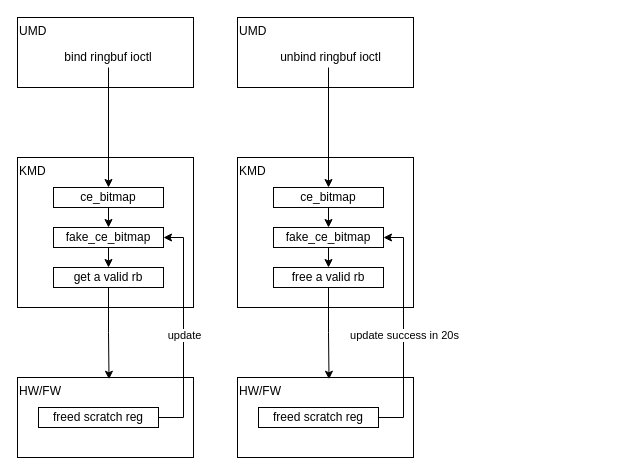
This is FAKE DEQUEUE.drawio from denglin12315/drawio_repo, a draw.io file, before an edit. Source tidied: cells renumbered, new cells numbered last; positions are measured from the earlier drawing's top-left corner, leaving out a move shared by most shapes. Both pictures are drawn from the tidied source at 100%, with x=0, y=0 at pixel (17, 17).
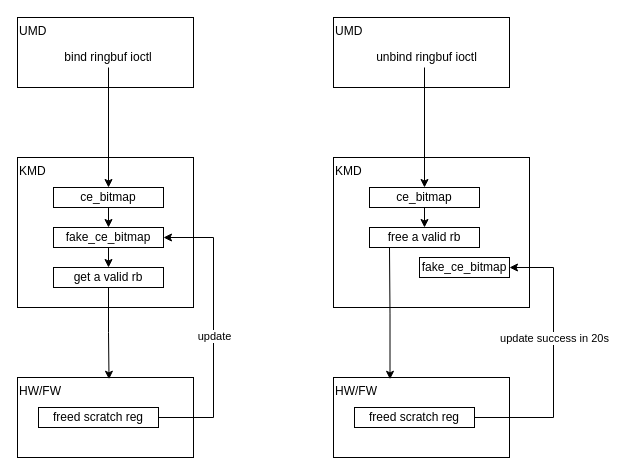
The same page after the edit.

The change refers to these unchanged cells:
```xml
<mxCell id="4" value="fake_ce_bitmap" style="rounded=0;whiteSpace=wrap;html=1;" parent="1" vertex="1">
  <mxGeometry x="36" y="210" width="110" height="20" as="geometry" />
</mxCell>
<mxCell id="14" value="freed scratch reg" style="rounded=0;whiteSpace=wrap;html=1;" parent="1" vertex="1">
  <mxGeometry x="21" y="390" width="120" height="20" as="geometry" />
</mxCell>
```

What changed in the source:
```diff
@@
     <mxCell id="12" style="edgeStyle=orthogonalEdgeStyle;rounded=0;jettySize=auto;html=1;exitX=1;exitY=0.5;exitDx=0;exitDy=0;entryX=1;entryY=0.5;entryDx=0;entryDy=0;" parent="1" edge="1" source="14" target="4">
-      <mxGeometry relative="1" as="geometry" />
+      <mxGeometry relative="1" as="geometry">
+        <Array as="points">
+          <mxPoint x="196" y="400" />
+          <mxPoint x="196" y="220" />
+        </Array>
+      </mxGeometry>
     </mxCell>
@@
     <mxCell id="16" value="KMD" style="rounded=0;whiteSpace=wrap;html=1;verticalAlign=top;align=left;" parent="1" vertex="1">
-      <mxGeometry x="220" y="140" width="176" height="150" as="geometry" />
+      <mxGeometry x="316" y="140" width="196" height="150" as="geometry" />
     </mxCell>
-    <mxCell id="17" style="edgeStyle=orthogonalEdgeStyle;rounded=0;jettySize=auto;html=1;exitX=0.5;exitY=1;exitDx=0;exitDy=0;entryX=0.5;entryY=0;entryDx=0;entryDy=0;" parent="1" edge="1" source="18" target="24">
-      <mxGeometry relative="1" as="geometry" />
-    </mxCell>
-    <mxCell id="18" value="fake_ce_bitmap" style="rounded=0;whiteSpace=wrap;html=1;" parent="1" vertex="1">
-      <mxGeometry x="256" y="210" width="110" height="20" as="geometry" />
-    </mxCell>
-    <mxCell id="19" style="edgeStyle=orthogonalEdgeStyle;rounded=0;jettySize=auto;html=1;exitX=0.5;exitY=1;exitDx=0;exitDy=0;entryX=0.5;entryY=0;entryDx=0;entryDy=0;" parent="1" edge="1" source="20" target="18">
-      <mxGeometry relative="1" as="geometry" />
+    <mxCell id="19" style="edgeStyle=orthogonalEdgeStyle;rounded=0;jettySize=auto;html=1;exitX=0.5;exitY=1;exitDx=0;exitDy=0;entryX=0.5;entryY=0;entryDx=0;entryDy=0;" parent="1" edge="1" source="20">
+      <mxGeometry relative="1" as="geometry">
+        <mxPoint x="407" y="210" as="targetPoint" />
+      </mxGeometry>
     </mxCell>
     <mxCell id="20" value="ce_bitmap" style="rounded=0;whiteSpace=wrap;html=1;" parent="1" vertex="1">
-      <mxGeometry x="256" y="170" width="110" height="20" as="geometry" />
+      <mxGeometry x="352" y="170" width="110" height="20" as="geometry" />
     </mxCell>
     <mxCell id="21" value="UMD" style="rounded=0;whiteSpace=wrap;html=1;verticalAlign=top;align=left;" parent="1" vertex="1">
-      <mxGeometry x="220" width="176" height="70" as="geometry" />
+      <mxGeometry x="316" width="176" height="70" as="geometry" />
     </mxCell>
     <mxCell id="22" style="endArrow=classic;html=1;rounded=0;entryX=0.5;entryY=0;entryDx=0;entryDy=0;" parent="1" edge="1" target="20">
       <mxGeometry relative="1" as="geometry">
-        <mxPoint x="311" y="50" as="sourcePoint" />
+        <mxPoint x="407" y="50" as="sourcePoint" />
       </mxGeometry>
     </mxCell>
     <mxCell id="23" value="unbind ringbuf ioctl" style="text;html=1;align=center;verticalAlign=middle;whiteSpace=wrap;rounded=0;" parent="1" vertex="1">
-      <mxGeometry x="261" y="25" width="105" height="30" as="geometry" />
+      <mxGeometry x="357" y="25" width="105" height="30" as="geometry" />
     </mxCell>
     <mxCell id="24" value="free a valid rb" style="rounded=0;whiteSpace=wrap;html=1;" parent="1" vertex="1">
-      <mxGeometry x="256" y="250" width="110" height="20" as="geometry" />
+      <mxGeometry x="352" y="210" width="110" height="20" as="geometry" />
     </mxCell>
     <mxCell id="25" value="HW/FW" style="rounded=0;whiteSpace=wrap;html=1;verticalAlign=top;align=left;" parent="1" vertex="1">
-      <mxGeometry x="220" y="360" width="176" height="80" as="geometry" />
+      <mxGeometry x="316" y="360" width="176" height="80" as="geometry" />
     </mxCell>
+    <mxCell id="28" value="freed scratch reg" style="rounded=0;whiteSpace=wrap;html=1;" parent="1" vertex="1">
+      <mxGeometry x="337" y="390" width="120" height="20" as="geometry" />
+    </mxCell>
+    <mxCell id="29" style="edgeStyle=orthogonalEdgeStyle;rounded=0;orthogonalLoop=1;jettySize=auto;html=1;exitX=0.5;exitY=1;exitDx=0;exitDy=0;entryX=0.52;entryY=0.022;entryDx=0;entryDy=0;entryPerimeter=0;" parent="1" edge="1">
+      <mxGeometry relative="1" as="geometry">
+        <mxPoint x="372" y="230" as="sourcePoint" />
+        <mxPoint x="372.5" y="361.8" as="targetPoint" />
+      </mxGeometry>
+    </mxCell>
     <mxCell id="26" style="edgeStyle=orthogonalEdgeStyle;rounded=0;jettySize=auto;html=1;exitX=1;exitY=0.5;exitDx=0;exitDy=0;entryX=1;entryY=0.5;entryDx=0;entryDy=0;" parent="1" edge="1" source="28" target="18">
-      <mxGeometry relative="1" as="geometry" />
+      <mxGeometry relative="1" as="geometry">
+        <Array as="points">
+          <mxPoint x="536" y="400" />
+          <mxPoint x="536" y="250" />
+        </Array>
+      </mxGeometry>
     </mxCell>
     <mxCell id="27" value="update success in 20s" style="edgeLabel;html=1;align=center;verticalAlign=middle;" parent="26" vertex="1">
-      <mxGeometry x="-0.04" relative="1" as="geometry" />
+      <mxGeometry x="-0.04" relative="1" as="geometry">
+        <mxPoint y="-28" as="offset" />
+      </mxGeometry>
     </mxCell>
-    <mxCell id="28" value="freed scratch reg" style="rounded=0;whiteSpace=wrap;html=1;" parent="1" vertex="1">
-      <mxGeometry x="241" y="390" width="120" height="20" as="geometry" />
-    </mxCell>
-    <mxCell id="29" style="edgeStyle=orthogonalEdgeStyle;rounded=0;jettySize=auto;html=1;exitX=0.5;exitY=1;exitDx=0;exitDy=0;entryX=0.52;entryY=0.022;entryDx=0;entryDy=0;entryPerimeter=0;" parent="1" edge="1" source="24" target="25">
-      <mxGeometry relative="1" as="geometry" />
-    </mxCell>
+    <mxCell id="18" value="fake_ce_bitmap" style="rounded=0;whiteSpace=wrap;html=1;" parent="1" vertex="1">
+      <mxGeometry x="402" y="240" width="90" height="20" as="geometry" />
+    </mxCell>
```
